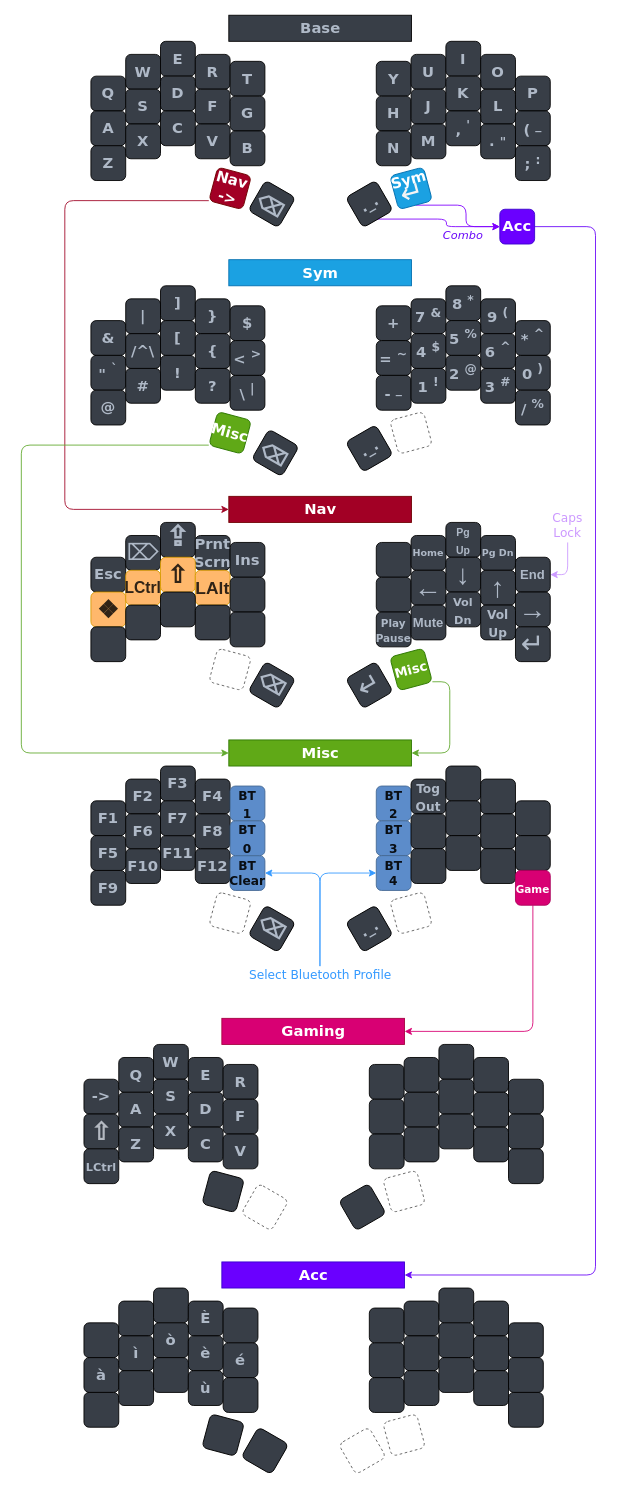
Earlier version of the draw.io diagram Layout.drawio (clementfaisandier/zmk-urchin). Source tidied: cells renumbered, new cells numbered last; positions are measured from the earlier drawing's top-left corner, leaving out a move shared by most shapes. Both pictures are drawn from the tidied source at 87%, with x=0, y=0 at pixel (21, 15).
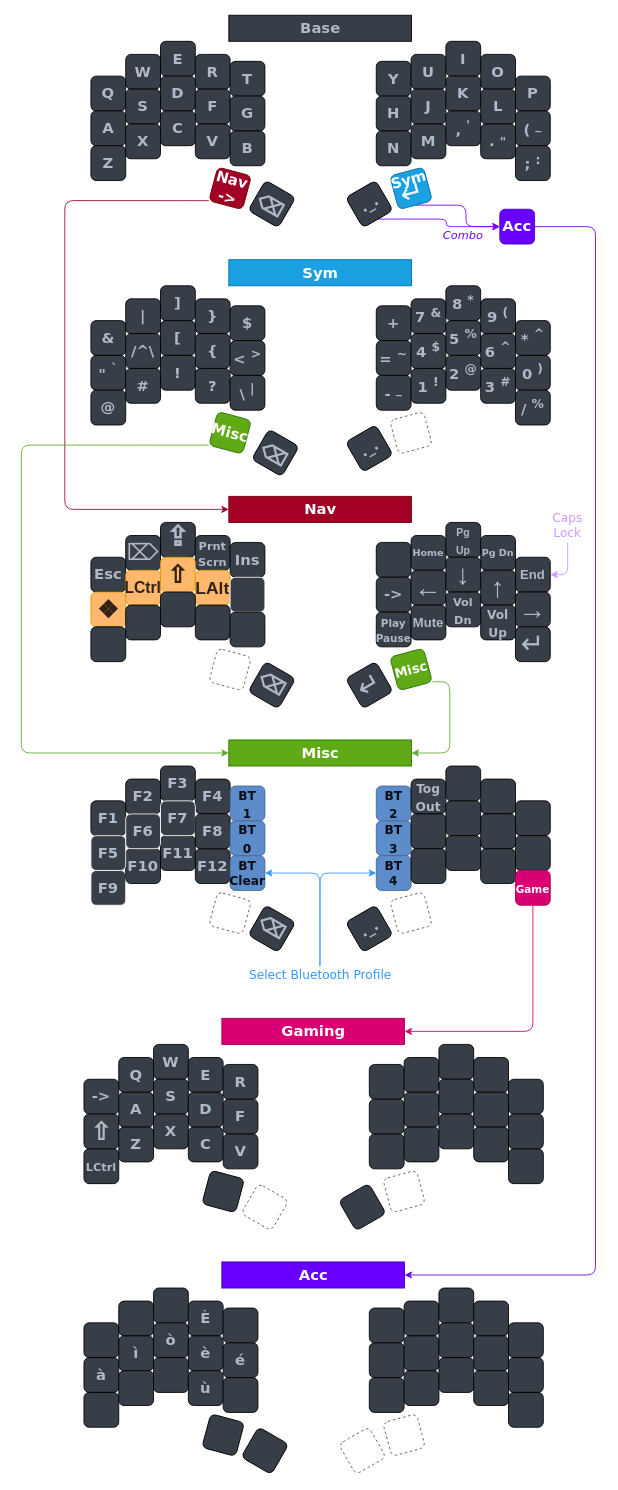
The same diagram, later.

Diff of the diagram source:
```diff
@@
-    <mxCell id="78" value="&lt;font style=&quot;color: light-dark(rgb(175, 185, 199), rgb(237, 237, 237));&quot;&gt;Prnt&lt;/font&gt;&lt;div&gt;&lt;font style=&quot;color: light-dark(rgb(175, 185, 199), rgb(237, 237, 237));&quot;&gt;Scrn&lt;/font&gt;&lt;/div&gt;" style="whiteSpace=wrap;html=1;fontSize=17;fontFamily=Verdana;fontStyle=1;fontColor=#AFB9C7;fillColor=#383E47;rounded=1;" parent="1" vertex="1">
+    <mxCell id="78" value="&lt;div style=&quot;line-height: 100%;&quot;&gt;&lt;font style=&quot;font-size: 13px;&quot;&gt;Prnt&lt;/font&gt;&lt;/div&gt;&lt;div style=&quot;line-height: 100%;&quot;&gt;&lt;font style=&quot;font-size: 13px;&quot;&gt;Scrn&lt;/font&gt;&lt;/div&gt;" style="whiteSpace=wrap;html=1;fontSize=17;fontFamily=Verdana;fontStyle=1;fontColor=#AFB9C7;fillColor=#383E47;rounded=1;" parent="1" vertex="1">
       <mxGeometry x="200" y="598" width="40" height="40" as="geometry" />
     </mxCell>
@@
-    <mxCell id="84" style="whiteSpace=wrap;html=1;fontSize=17;fontFamily=Verdana;fontStyle=1;fillColor=#383E47;strokeColor=#000000;fontColor=#302316;rounded=1;" parent="1" vertex="1">
+    <mxCell id="84" style="whiteSpace=wrap;html=1;fontSize=17;fontFamily=Verdana;fontStyle=1;fillColor=#383E47;strokeColor=#FCFCFC;fontColor=#302316;rounded=1;" parent="1" vertex="1">
       <mxGeometry x="240" y="646" width="40" height="40" as="geometry" />
     </mxCell>
@@
-    <mxCell id="97" style="whiteSpace=wrap;html=1;fontSize=14;fontFamily=Verdana;fontStyle=1;fontColor=#AFB9C7;fillColor=#383E47;rounded=1;" parent="1" vertex="1">
+    <mxCell id="97" value="&lt;font style=&quot;font-size: 17px;&quot;&gt;-&amp;gt;&lt;/font&gt;" style="whiteSpace=wrap;html=1;fontSize=14;fontFamily=Verdana;fontStyle=1;fontColor=#AFB9C7;fillColor=#383E47;rounded=1;" parent="1" vertex="1">
       <mxGeometry x="408" y="646" width="40" height="40" as="geometry" />
     </mxCell>
@@
-    <mxCell id="119" value="&lt;span style=&quot;color: rgb(175, 185, 199); font-size: 17px;&quot;&gt;F9&lt;/span&gt;" style="whiteSpace=wrap;html=1;fontSize=14;fontFamily=Verdana;fontStyle=1;fillColor=#383E47;strokeColor=#000000;fontColor=#090e14;rounded=1;" parent="1" vertex="1">
+    <mxCell id="119" value="&lt;span style=&quot;color: rgb(175, 185, 199); font-size: 17px;&quot;&gt;F9&lt;/span&gt;" style="whiteSpace=wrap;html=1;fontSize=14;fontFamily=Verdana;fontStyle=1;fillColor=#383E47;strokeColor=#FCFCFC;fontColor=#090e14;rounded=1;" parent="1" vertex="1">
       <mxGeometry x="80" y="983" width="40" height="40" as="geometry" />
     </mxCell>
@@
-    <mxCell id="143" value="&lt;span style=&quot;color: rgb(175, 185, 199);&quot;&gt;F5&lt;/span&gt;" style="whiteSpace=wrap;html=1;fontSize=17;fontFamily=Verdana;fontStyle=1;fillColor=#383E47;strokeColor=#000000;fontColor=#302316;rounded=1;" parent="1" vertex="1">
+    <mxCell id="143" value="&lt;span style=&quot;color: rgb(175, 185, 199);&quot;&gt;F5&lt;/span&gt;" style="whiteSpace=wrap;html=1;fontSize=17;fontFamily=Verdana;fontStyle=1;fillColor=#383E47;strokeColor=#FCFCFC;fontColor=#302316;rounded=1;" parent="1" vertex="1">
       <mxGeometry x="80" y="943" width="40" height="40" as="geometry" />
     </mxCell>
-    <mxCell id="144" value="&lt;span style=&quot;color: rgb(175, 185, 199);&quot;&gt;F6&lt;/span&gt;" style="whiteSpace=wrap;html=1;fontSize=17;fontFamily=Verdana;fontStyle=1;fillColor=#383E47;strokeColor=#000000;fontColor=#302316;rounded=1;" parent="1" vertex="1">
+    <mxCell id="144" value="&lt;span style=&quot;color: rgb(175, 185, 199);&quot;&gt;F6&lt;/span&gt;" style="whiteSpace=wrap;html=1;fontSize=17;fontFamily=Verdana;fontStyle=1;fillColor=#383E47;strokeColor=#FCFCFC;fontColor=#302316;rounded=1;" parent="1" vertex="1">
       <mxGeometry x="120" y="918" width="40" height="40" as="geometry" />
     </mxCell>
-    <mxCell id="145" value="&lt;span style=&quot;color: rgb(175, 185, 199);&quot;&gt;F7&lt;/span&gt;" style="whiteSpace=wrap;html=1;fontSize=17;fontFamily=Verdana;fontStyle=1;fillColor=#383E47;strokeColor=#000000;fontColor=#302316;rounded=1;" parent="1" vertex="1">
+    <mxCell id="145" value="&lt;span style=&quot;color: rgb(175, 185, 199);&quot;&gt;F7&lt;/span&gt;" style="whiteSpace=wrap;html=1;fontSize=17;fontFamily=Verdana;fontStyle=1;fillColor=#383E47;strokeColor=#FCFCFC;fontColor=#302316;rounded=1;" parent="1" vertex="1">
       <mxGeometry x="160" y="903" width="40" height="40" as="geometry" />
     </mxCell>
-    <mxCell id="146" value="&lt;span style=&quot;color: rgb(175, 185, 199);&quot;&gt;F8&lt;/span&gt;" style="whiteSpace=wrap;html=1;fontSize=17;fontFamily=Verdana;fontStyle=1;fillColor=#383E47;strokeColor=#000000;fontColor=#302316;rounded=1;" parent="1" vertex="1">
+    <mxCell id="146" value="&lt;span style=&quot;color: rgb(175, 185, 199);&quot;&gt;F8&lt;/span&gt;" style="whiteSpace=wrap;html=1;fontSize=17;fontFamily=Verdana;fontStyle=1;fillColor=#383E47;strokeColor=light-dark(#000000, #f7f7f8);fontColor=#302316;rounded=1;" parent="1" vertex="1">
       <mxGeometry x="200" y="918" width="40" height="40" as="geometry" />
     </mxCell>
```
